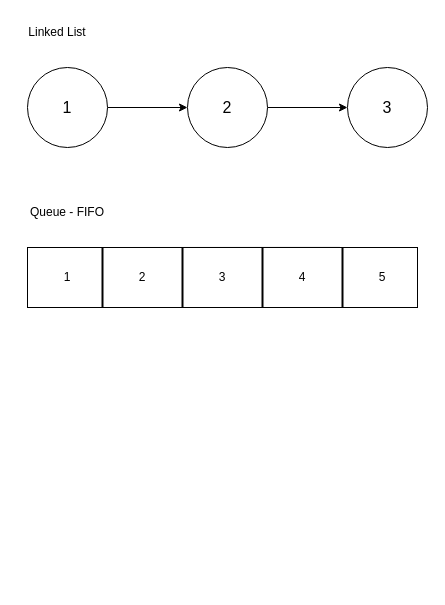
Before: Algorithms/diagram.drawio in JackSuuu/Python_notes, a draw.io diagram. Source tidied: cells renumbered, new cells numbered last; positions are measured from the earlier drawing's top-left corner, leaving out a move shared by most shapes. Both pictures are drawn from the tidied source at 100%, with x=0, y=0 at pixel (17, 17).
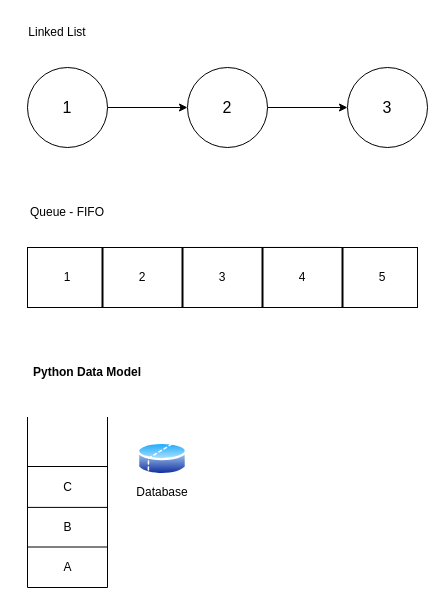
The same page after the edit.

The edit, as a diff of the source:
```diff
@@
+    <mxCell id="20" value="&lt;b&gt;Python Data Model&lt;/b&gt;" style="text;html=1;align=center;verticalAlign=middle;whiteSpace=wrap;rounded=0;" parent="1" vertex="1">
+      <mxGeometry y="340" width="140" height="30" as="geometry" />
+    </mxCell>
+    <mxCell id="21" style="shape=partialRectangle;whiteSpace=wrap;html=1;bottom=1;right=1;left=1;top=0;fillColor=none;routingCenterX=-0.5;" parent="1" vertex="1">
+      <mxGeometry x="10" y="400" width="80" height="170" as="geometry" />
+    </mxCell>
+    <mxCell id="22" value="C" style="text;html=1;align=center;verticalAlign=middle;whiteSpace=wrap;rounded=0;" parent="1" vertex="1">
+      <mxGeometry x="32.5" y="460" width="35" height="20" as="geometry" />
+    </mxCell>
+    <mxCell id="23" style="endArrow=none;html=1;entryX=1;entryY=0.75;entryDx=0;entryDy=0;exitX=0;exitY=0.75;exitDx=0;exitDy=0;" parent="1" edge="1">
+      <mxGeometry relative="1" as="geometry">
+        <mxPoint x="10" y="529.5" as="sourcePoint" />
+        <mxPoint x="90" y="529.5" as="targetPoint" />
+      </mxGeometry>
+    </mxCell>
+    <mxCell id="24" style="endArrow=none;html=1;entryX=1;entryY=0.75;entryDx=0;entryDy=0;exitX=0;exitY=0.75;exitDx=0;exitDy=0;" parent="1" edge="1">
+      <mxGeometry relative="1" as="geometry">
+        <mxPoint x="10" y="489.9" as="sourcePoint" />
+        <mxPoint x="90" y="489.9" as="targetPoint" />
+      </mxGeometry>
+    </mxCell>
+    <mxCell id="25" style="endArrow=none;html=1;entryX=1;entryY=0.75;entryDx=0;entryDy=0;exitX=0;exitY=0.75;exitDx=0;exitDy=0;" parent="1" edge="1">
+      <mxGeometry relative="1" as="geometry">
+        <mxPoint x="10" y="449" as="sourcePoint" />
+        <mxPoint x="90" y="449" as="targetPoint" />
+      </mxGeometry>
+    </mxCell>
+    <mxCell id="26" value="B" style="text;html=1;align=center;verticalAlign=middle;whiteSpace=wrap;rounded=0;" parent="1" vertex="1">
+      <mxGeometry x="32.5" y="500" width="35" height="20" as="geometry" />
+    </mxCell>
+    <mxCell id="27" value="A" style="text;html=1;align=center;verticalAlign=middle;whiteSpace=wrap;rounded=0;" parent="1" vertex="1">
+      <mxGeometry x="32.5" y="540" width="35" height="20" as="geometry" />
+    </mxCell>
+    <mxCell id="28" style="image;perimeter=ellipsePerimeter;html=1;align=center;shadow=0;dashed=0;spacingTop=3;image=img/lib/active_directory/database_partition_2.svg;" parent="1" vertex="1">
+      <mxGeometry x="120" y="423" width="50" height="37" as="geometry" />
+    </mxCell>
+    <mxCell id="29" value="Database" style="text;html=1;align=center;verticalAlign=middle;whiteSpace=wrap;rounded=0;" parent="1" vertex="1">
+      <mxGeometry x="115" y="470" width="60" height="10" as="geometry" />
+    </mxCell>
```
